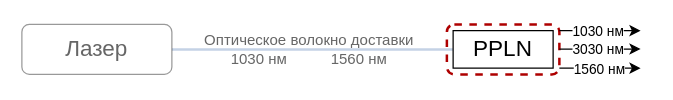
Before: Presentation/images/problem_ppln.drawio in 3dsoundfromtagan/Russian-Phd-LaTeX-Dissertation-Template, a draw.io diagram. Source tidied: cells renumbered, new cells numbered last; positions are measured from the earlier drawing's top-left corner, leaving out a move shared by most shapes. Both pictures are drawn from the tidied source at 125%, with x=0, y=0 at pixel (21, 24).
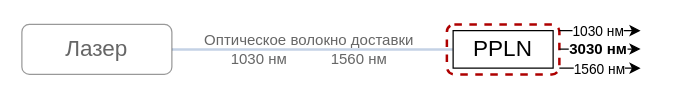
Above is the later version.

Change to the diagram source:
```diff
@@
 <mxGraphModel>
   <root>
     <mxCell id="0" />
     <mxCell id="1" parent="0" />
     <mxCell id="2" style="edgeStyle=orthogonalEdgeStyle;rounded=0;jettySize=auto;html=1;exitX=1;exitY=0.5;exitDx=0;exitDy=0;entryX=0;entryY=0.5;entryDx=0;entryDy=0;fillColor=#dae8fc;strokeColor=#6c8ebf;endArrow=none;endFill=0;strokeWidth=2;opacity=40;" parent="1" edge="1" source="3" target="6">
       <mxGeometry relative="1" as="geometry" />
     </mxCell>
     <mxCell id="3" value="&lt;font style=&quot;font-size: 18px; color: rgb(102, 102, 102);&quot;&gt;Лазер&lt;/font&gt;" style="rounded=1;whiteSpace=wrap;html=1;opacity=40;" parent="1" vertex="1">
       <mxGeometry width="120" height="40" as="geometry" />
     </mxCell>
     <mxCell id="4" value="&lt;font style=&quot;color: rgb(102, 102, 102);&quot;&gt;Оптическое волокно доставки&lt;/font&gt;&lt;div&gt;&lt;font style=&quot;color: rgb(102, 102, 102);&quot;&gt;1030 нм&lt;span style=&quot;white-space: pre;&quot;&gt;&#9;&lt;/span&gt;&lt;span style=&quot;white-space: pre;&quot;&gt;&#9;&lt;/span&gt;1560 нм&lt;/font&gt;&lt;/div&gt;" style="whiteSpace=wrap;html=1;rounded=1;dashed=1;fillColor=none;strokeColor=none;strokeWidth=2;opacity=40;" parent="1" vertex="1">
       <mxGeometry x="120" width="220" height="40" as="geometry" />
     </mxCell>
     <mxCell id="5" style="whiteSpace=wrap;html=1;rounded=1;dashed=1;fillColor=none;strokeColor=#AE0000;strokeWidth=2;" parent="1" vertex="1">
       <mxGeometry x="340" width="90" height="40" as="geometry" />
     </mxCell>
     <mxCell id="6" value="&lt;font style=&quot;font-size: 18px;&quot;&gt;PPLN&lt;/font&gt;" style="rounded=0;whiteSpace=wrap;html=1;" parent="1" vertex="1">
       <mxGeometry x="345" y="5" width="80" height="30" as="geometry" />
     </mxCell>
     <mxCell id="7" style="endArrow=classic;html=1;rounded=0;" parent="1" edge="1">
       <mxGeometry relative="1" as="geometry">
         <mxPoint x="430" y="5" as="sourcePoint" />
         <mxPoint x="495" y="5" as="targetPoint" />
       </mxGeometry>
     </mxCell>
     <mxCell id="8" value="1030 нм" style="edgeLabel;html=1;align=center;verticalAlign=middle;" parent="7" vertex="1">
       <mxGeometry x="0.1" y="2" relative="1" as="geometry">
         <mxPoint x="-6" y="2" as="offset" />
       </mxGeometry>
     </mxCell>
     <mxCell id="9" style="endArrow=classic;html=1;rounded=0;" parent="1" edge="1">
       <mxGeometry relative="1" as="geometry">
         <mxPoint x="430" y="19.7" as="sourcePoint" />
         <mxPoint x="495" y="19.7" as="targetPoint" />
       </mxGeometry>
     </mxCell>
-    <mxCell id="10" value="3030 нм" style="edgeLabel;html=1;align=center;verticalAlign=middle;" parent="9" vertex="1">
+    <mxCell id="10" value="&lt;b&gt;&lt;font style=&quot;font-size: 12px;&quot;&gt;3030 нм&lt;/font&gt;&lt;/b&gt;" style="edgeLabel;html=1;align=center;verticalAlign=middle;" parent="9" vertex="1">
       <mxGeometry x="0.1" y="2" relative="1" as="geometry">
         <mxPoint x="-6" y="2" as="offset" />
       </mxGeometry>
     </mxCell>
     <mxCell id="11" style="endArrow=classic;html=1;rounded=0;" parent="1" edge="1">
       <mxGeometry relative="1" as="geometry">
         <mxPoint x="430" y="35" as="sourcePoint" />
         <mxPoint x="495" y="35" as="targetPoint" />
       </mxGeometry>
     </mxCell>
     <mxCell id="12" value="1560 нм" style="edgeLabel;html=1;align=center;verticalAlign=middle;" parent="11" vertex="1">
       <mxGeometry x="0.31" y="-1" relative="1" as="geometry">
         <mxPoint x="-12" y="-1" as="offset" />
       </mxGeometry>
     </mxCell>
   </root>
 </mxGraphModel>
```
